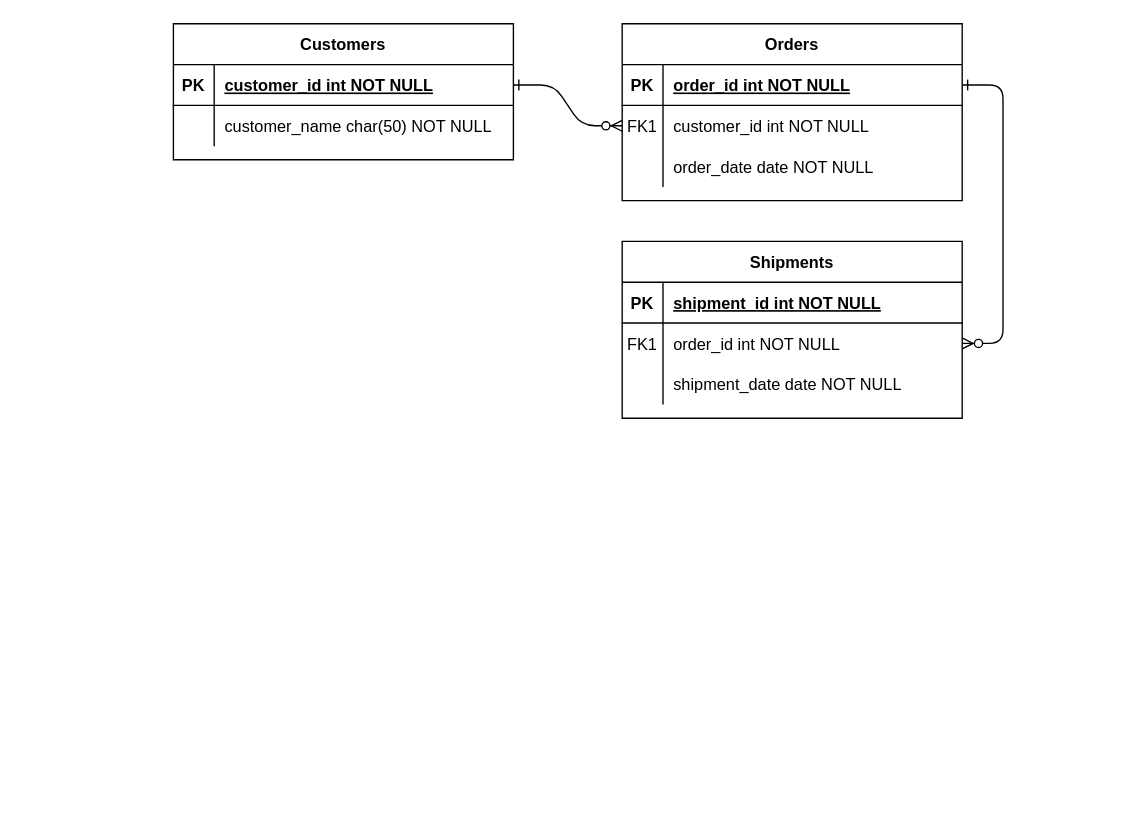
Above: hw.drawio in donjuli990/HW1 (draw.io), before the change. Source tidied: cells renumbered, new cells numbered last; positions are measured from the earlier drawing's top-left corner, leaving out a move shared by most shapes. Both pictures are drawn from the tidied source at 136%, with x=0, y=0 at pixel (173, 23).
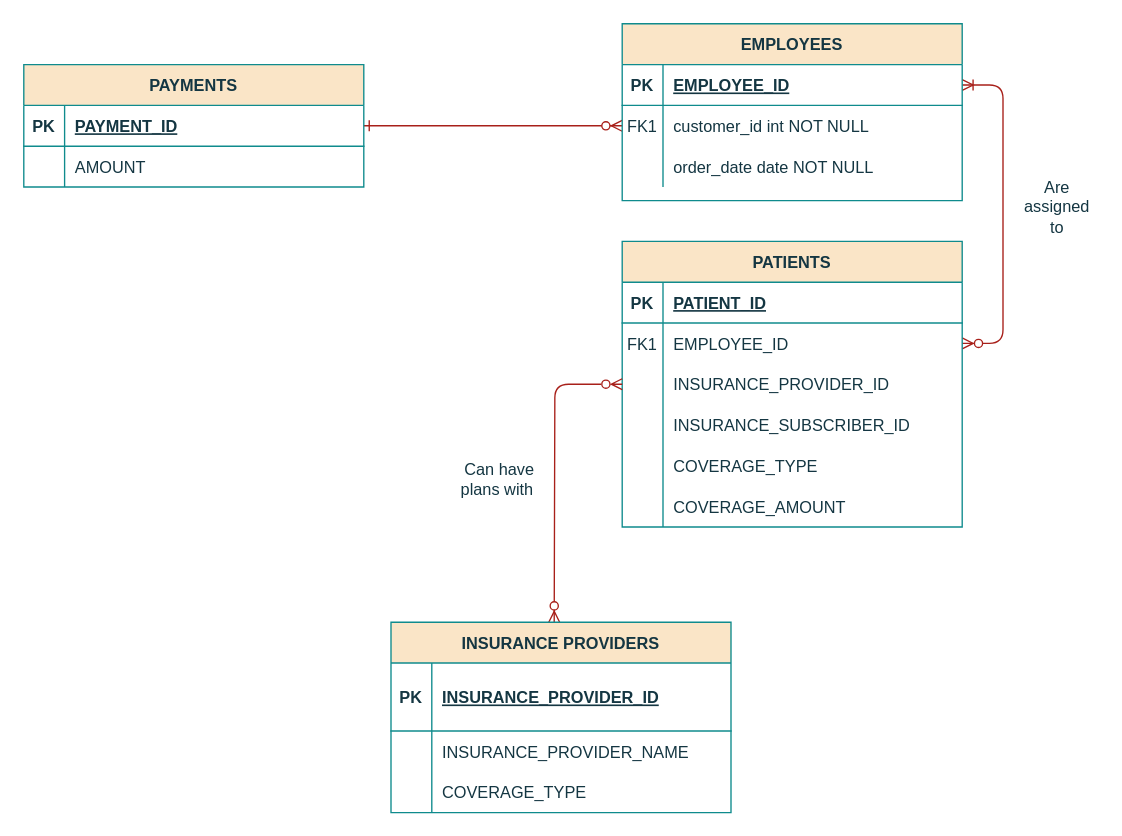
Above is the later version.

Change to the diagram source:
```diff
@@
-    <mxCell id="2" style="edgeStyle=entityRelationEdgeStyle;endArrow=ERzeroToMany;startArrow=ERone;endFill=1;startFill=0;" parent="1" edge="1" source="25" target="8">
+    <mxCell id="2" style="edgeStyle=entityRelationEdgeStyle;endArrow=ERzeroToMany;startArrow=ERone;endFill=1;startFill=0;labelBackgroundColor=none;strokeColor=#A8201A;fontColor=default;" parent="1" edge="1" source="25" target="8">
       <mxGeometry relative="1" as="geometry" />
     </mxCell>
-    <mxCell id="3" style="edgeStyle=entityRelationEdgeStyle;endArrow=ERzeroToMany;startArrow=ERone;endFill=1;startFill=0;" parent="1" edge="1" source="5" target="18">
+    <mxCell id="3" style="edgeStyle=entityRelationEdgeStyle;endArrow=ERzeroToMany;startArrow=ERoneToMany;endFill=1;startFill=0;labelBackgroundColor=none;strokeColor=#A8201A;fontColor=default;" parent="1" edge="1" source="5" target="18">
       <mxGeometry relative="1" as="geometry" />
     </mxCell>
-    <mxCell id="4" value="Orders" style="shape=table;startSize=30;childLayout=tableLayout;rowLines=0;fontStyle=1;align=center;" parent="1" vertex="1">
+    <mxCell id="4" value="EMPLOYEES" style="shape=table;startSize=30;childLayout=tableLayout;rowLines=0;fontStyle=1;align=center;labelBackgroundColor=none;fillColor=#FAE5C7;strokeColor=#0F8B8D;fontColor=#143642;" parent="1" vertex="1">
       <mxGeometry x="330" width="250" height="130" as="geometry" />
     </mxCell>
-    <mxCell id="5" style="shape=partialRectangle;fillColor=none;points=[[0,0.5],[1,0.5]];portConstraint=eastwest;top=0;left=0;right=0;bottom=1;" parent="4" vertex="1">
+    <mxCell id="5" style="shape=partialRectangle;fillColor=none;points=[[0,0.5],[1,0.5]];portConstraint=eastwest;top=0;left=0;right=0;bottom=1;labelBackgroundColor=none;strokeColor=#0F8B8D;fontColor=#143642;" parent="4" vertex="1">
       <mxGeometry y="30" width="250" height="30" as="geometry" />
     </mxCell>
-    <mxCell id="6" value="PK" style="shape=partialRectangle;overflow=hidden;fillColor=none;top=0;left=0;bottom=0;right=0;fontStyle=1;" parent="5" vertex="1">
+    <mxCell id="6" value="PK" style="shape=partialRectangle;overflow=hidden;fillColor=none;top=0;left=0;bottom=0;right=0;fontStyle=1;labelBackgroundColor=none;strokeColor=#0F8B8D;fontColor=#143642;" parent="5" vertex="1">
       <mxGeometry width="30" height="30" as="geometry" />
     </mxCell>
-    <mxCell id="7" value="order_id int NOT NULL " style="shape=partialRectangle;overflow=hidden;fillColor=none;top=0;left=0;bottom=0;right=0;align=left;spacingLeft=6;fontStyle=5;" parent="5" vertex="1">
+    <mxCell id="7" value="EMPLOYEE_ID" style="shape=partialRectangle;overflow=hidden;fillColor=none;top=0;left=0;bottom=0;right=0;align=left;spacingLeft=6;fontStyle=5;labelBackgroundColor=none;strokeColor=#0F8B8D;fontColor=#143642;" parent="5" vertex="1">
       <mxGeometry x="30" width="220" height="30" as="geometry" />
     </mxCell>
-    <mxCell id="8" style="shape=partialRectangle;fillColor=none;points=[[0,0.5],[1,0.5]];portConstraint=eastwest;top=0;left=0;right=0;bottom=0;" parent="4" vertex="1">
+    <mxCell id="8" style="shape=partialRectangle;fillColor=none;points=[[0,0.5],[1,0.5]];portConstraint=eastwest;top=0;left=0;right=0;bottom=0;labelBackgroundColor=none;strokeColor=#0F8B8D;fontColor=#143642;" parent="4" vertex="1">
       <mxGeometry y="60" width="250" height="30" as="geometry" />
     </mxCell>
-    <mxCell id="9" value="FK1" style="shape=partialRectangle;overflow=hidden;fillColor=none;top=0;left=0;bottom=0;right=0;" parent="8" vertex="1">
+    <mxCell id="9" value="FK1" style="shape=partialRectangle;overflow=hidden;fillColor=none;top=0;left=0;bottom=0;right=0;labelBackgroundColor=none;strokeColor=#0F8B8D;fontColor=#143642;" parent="8" vertex="1">
       <mxGeometry width="30" height="30" as="geometry" />
     </mxCell>
-    <mxCell id="10" value="customer_id int NOT NULL" style="shape=partialRectangle;overflow=hidden;fillColor=none;top=0;left=0;bottom=0;right=0;align=left;spacingLeft=6;" parent="8" vertex="1">
+    <mxCell id="10" value="customer_id int NOT NULL" style="shape=partialRectangle;overflow=hidden;fillColor=none;top=0;left=0;bottom=0;right=0;align=left;spacingLeft=6;labelBackgroundColor=none;strokeColor=#0F8B8D;fontColor=#143642;" parent="8" vertex="1">
       <mxGeometry x="30" width="220" height="30" as="geometry" />
     </mxCell>
-    <mxCell id="11" style="shape=partialRectangle;fillColor=none;top=0;left=0;right=0;bottom=0;" parent="4" vertex="1">
+    <mxCell id="11" style="shape=partialRectangle;fillColor=none;top=0;left=0;right=0;bottom=0;labelBackgroundColor=none;strokeColor=#0F8B8D;fontColor=#143642;" parent="4" vertex="1">
       <mxGeometry y="90" width="250" height="30" as="geometry" />
     </mxCell>
-    <mxCell id="12" style="shape=partialRectangle;overflow=hidden;fillColor=none;top=0;left=0;bottom=0;right=0;" parent="11" vertex="1">
+    <mxCell id="12" style="shape=partialRectangle;overflow=hidden;fillColor=none;top=0;left=0;bottom=0;right=0;labelBackgroundColor=none;strokeColor=#0F8B8D;fontColor=#143642;" parent="11" vertex="1">
       <mxGeometry width="30" height="30" as="geometry" />
     </mxCell>
-    <mxCell id="13" value="order_date date NOT NULL" style="shape=partialRectangle;overflow=hidden;fillColor=none;top=0;left=0;bottom=0;right=0;align=left;spacingLeft=6;" parent="11" vertex="1">
+    <mxCell id="13" value="order_date date NOT NULL" style="shape=partialRectangle;overflow=hidden;fillColor=none;top=0;left=0;bottom=0;right=0;align=left;spacingLeft=6;labelBackgroundColor=none;strokeColor=#0F8B8D;fontColor=#143642;" parent="11" vertex="1">
       <mxGeometry x="30" width="220" height="30" as="geometry" />
     </mxCell>
-    <mxCell id="14" value="Shipments" style="shape=table;startSize=30;childLayout=tableLayout;rowLines=0;fontStyle=1;align=center;" parent="1" vertex="1">
-      <mxGeometry x="330" y="160" width="250" height="130" as="geometry" />
+    <mxCell id="14" value="PATIENTS" style="shape=table;startSize=30;childLayout=tableLayout;rowLines=0;fontStyle=1;align=center;labelBackgroundColor=none;fillColor=#FAE5C7;strokeColor=#0F8B8D;fontColor=#143642;" parent="1" vertex="1">
+      <mxGeometry x="330" y="160" width="250" height="210" as="geometry" />
     </mxCell>
-    <mxCell id="15" style="shape=partialRectangle;fillColor=none;top=0;left=0;right=0;bottom=1;" parent="14" vertex="1">
+    <mxCell id="15" style="shape=partialRectangle;fillColor=none;top=0;left=0;right=0;bottom=1;labelBackgroundColor=none;strokeColor=#0F8B8D;fontColor=#143642;" parent="14" vertex="1">
       <mxGeometry y="30" width="250" height="30" as="geometry" />
     </mxCell>
-    <mxCell id="16" value="PK" style="shape=partialRectangle;overflow=hidden;fillColor=none;top=0;left=0;bottom=0;right=0;fontStyle=1;" parent="15" vertex="1">
+    <mxCell id="16" value="PK" style="shape=partialRectangle;overflow=hidden;fillColor=none;top=0;left=0;bottom=0;right=0;fontStyle=1;labelBackgroundColor=none;strokeColor=#0F8B8D;fontColor=#143642;" parent="15" vertex="1">
       <mxGeometry width="30" height="30" as="geometry" />
     </mxCell>
-    <mxCell id="17" value="shipment_id int NOT NULL " style="shape=partialRectangle;overflow=hidden;fillColor=none;top=0;left=0;bottom=0;right=0;align=left;spacingLeft=6;fontStyle=5;" parent="15" vertex="1">
+    <mxCell id="17" value="PATIENT_ID" style="shape=partialRectangle;overflow=hidden;fillColor=none;top=0;left=0;bottom=0;right=0;align=left;spacingLeft=6;fontStyle=5;labelBackgroundColor=none;strokeColor=#0F8B8D;fontColor=#143642;" parent="15" vertex="1">
       <mxGeometry x="30" width="220" height="30" as="geometry" />
     </mxCell>
-    <mxCell id="18" style="shape=partialRectangle;fillColor=none;points=[[0,0.5],[1,0.5]];portConstraint=eastwest;top=0;left=0;right=0;bottom=0;" parent="14" vertex="1">
+    <mxCell id="18" style="shape=partialRectangle;fillColor=none;points=[[0,0.5],[1,0.5]];portConstraint=eastwest;top=0;left=0;right=0;bottom=0;labelBackgroundColor=none;strokeColor=#0F8B8D;fontColor=#143642;" parent="14" vertex="1">
       <mxGeometry y="60" width="250" height="30" as="geometry" />
     </mxCell>
-    <mxCell id="19" value="FK1" style="shape=partialRectangle;overflow=hidden;fillColor=none;top=0;left=0;bottom=0;right=0;" parent="18" vertex="1">
+    <mxCell id="19" value="FK1" style="shape=partialRectangle;overflow=hidden;fillColor=none;top=0;left=0;bottom=0;right=0;labelBackgroundColor=none;strokeColor=#0F8B8D;fontColor=#143642;" parent="18" vertex="1">
       <mxGeometry width="30" height="30" as="geometry" />
     </mxCell>
-    <mxCell id="20" value="order_id int NOT NULL" style="shape=partialRectangle;overflow=hidden;fillColor=none;top=0;left=0;bottom=0;right=0;align=left;spacingLeft=6;" parent="18" vertex="1">
+    <mxCell id="20" value="EMPLOYEE_ID" style="shape=partialRectangle;overflow=hidden;fillColor=none;top=0;left=0;bottom=0;right=0;align=left;spacingLeft=6;labelBackgroundColor=none;strokeColor=#0F8B8D;fontColor=#143642;" parent="18" vertex="1">
       <mxGeometry x="30" width="220" height="30" as="geometry" />
     </mxCell>
-    <mxCell id="21" style="shape=partialRectangle;fillColor=none;points=[[0,0.5],[1,0.5]];portConstraint=eastwest;top=0;left=0;right=0;bottom=0;" parent="14" vertex="1">
+    <mxCell id="21" style="shape=partialRectangle;fillColor=none;points=[[0,0.5],[1,0.5]];portConstraint=eastwest;top=0;left=0;right=0;bottom=0;labelBackgroundColor=none;strokeColor=#0F8B8D;fontColor=#143642;" parent="14" vertex="1">
       <mxGeometry y="90" width="250" height="30" as="geometry" />
     </mxCell>
-    <mxCell id="22" style="shape=partialRectangle;overflow=hidden;fillColor=none;top=0;left=0;bottom=0;right=0;" parent="21" vertex="1">
+    <mxCell id="22" style="shape=partialRectangle;overflow=hidden;fillColor=none;top=0;left=0;bottom=0;right=0;labelBackgroundColor=none;strokeColor=#0F8B8D;fontColor=#143642;" parent="21" vertex="1">
       <mxGeometry width="30" height="30" as="geometry" />
     </mxCell>
-    <mxCell id="23" value="shipment_date date NOT NULL" style="shape=partialRectangle;overflow=hidden;fillColor=none;top=0;left=0;bottom=0;right=0;align=left;spacingLeft=6;" parent="21" vertex="1">
+    <mxCell id="23" value="INSURANCE_PROVIDER_ID" style="shape=partialRectangle;overflow=hidden;fillColor=none;top=0;left=0;bottom=0;right=0;align=left;spacingLeft=6;labelBackgroundColor=none;strokeColor=#0F8B8D;fontColor=#143642;" parent="21" vertex="1">
       <mxGeometry x="30" width="220" height="30" as="geometry" />
     </mxCell>
+    <mxCell id="31" style="shape=partialRectangle;fillColor=none;top=0;left=0;right=0;bottom=0;labelBackgroundColor=none;strokeColor=#0F8B8D;fontColor=#143642;" parent="14" vertex="1">
+      <mxGeometry y="120" width="250" height="30" as="geometry" />
+    </mxCell>
+    <mxCell id="32" style="shape=partialRectangle;overflow=hidden;fillColor=none;top=0;left=0;bottom=0;right=0;labelBackgroundColor=none;strokeColor=#0F8B8D;fontColor=#143642;" parent="31" vertex="1">
+      <mxGeometry width="30" height="30" as="geometry" />
+    </mxCell>
+    <mxCell id="33" value="INSURANCE_SUBSCRIBER_ID" style="shape=partialRectangle;overflow=hidden;fillColor=none;top=0;left=0;bottom=0;right=0;align=left;spacingLeft=6;labelBackgroundColor=none;strokeColor=#0F8B8D;fontColor=#143642;" parent="31" vertex="1">
+      <mxGeometry x="30" width="220" height="30" as="geometry" />
+    </mxCell>
+    <mxCell id="34" style="shape=partialRectangle;fillColor=none;top=0;left=0;right=0;bottom=0;labelBackgroundColor=none;strokeColor=#0F8B8D;fontColor=#143642;" parent="14" vertex="1">
+      <mxGeometry y="150" width="250" height="30" as="geometry" />
+    </mxCell>
+    <mxCell id="35" style="shape=partialRectangle;overflow=hidden;fillColor=none;top=0;left=0;bottom=0;right=0;labelBackgroundColor=none;strokeColor=#0F8B8D;fontColor=#143642;" parent="34" vertex="1">
+      <mxGeometry width="30" height="30" as="geometry" />
+    </mxCell>
+    <mxCell id="36" value="COVERAGE_TYPE" style="shape=partialRectangle;overflow=hidden;fillColor=none;top=0;left=0;bottom=0;right=0;align=left;spacingLeft=6;labelBackgroundColor=none;strokeColor=#0F8B8D;fontColor=#143642;" parent="34" vertex="1">
+      <mxGeometry x="30" width="220" height="30" as="geometry" />
+    </mxCell>
+    <mxCell id="37" style="shape=partialRectangle;fillColor=none;top=0;left=0;right=0;bottom=0;labelBackgroundColor=none;strokeColor=#0F8B8D;fontColor=#143642;" parent="14" vertex="1">
+      <mxGeometry y="180" width="250" height="30" as="geometry" />
+    </mxCell>
+    <mxCell id="38" style="shape=partialRectangle;overflow=hidden;fillColor=none;top=0;left=0;bottom=0;right=0;labelBackgroundColor=none;strokeColor=#0F8B8D;fontColor=#143642;" parent="37" vertex="1">
+      <mxGeometry width="30" height="30" as="geometry" />
+    </mxCell>
+    <mxCell id="39" value="COVERAGE_AMOUNT" style="shape=partialRectangle;overflow=hidden;fillColor=none;top=0;left=0;bottom=0;right=0;align=left;spacingLeft=6;labelBackgroundColor=none;strokeColor=#0F8B8D;fontColor=#143642;" parent="37" vertex="1">
+      <mxGeometry x="30" width="220" height="30" as="geometry" />
+    </mxCell>
-    <mxCell id="24" value="Customers" style="shape=table;startSize=30;childLayout=tableLayout;rowLines=0;fontStyle=1;align=center;" parent="1" vertex="1">
-      <mxGeometry width="250" height="100" as="geometry" />
+    <mxCell id="24" value="PAYMENTS" style="shape=table;startSize=30;childLayout=tableLayout;rowLines=0;fontStyle=1;align=center;labelBackgroundColor=none;fillColor=#FAE5C7;strokeColor=#0F8B8D;fontColor=#143642;" parent="1" vertex="1">
+      <mxGeometry x="-110" y="30" width="250" height="90" as="geometry" />
     </mxCell>
-    <mxCell id="25" style="shape=partialRectangle;fillColor=none;points=[[0,0.5],[1,0.5]];portConstraint=eastwest;top=0;left=0;right=0;bottom=1;" parent="24" vertex="1">
+    <mxCell id="25" style="shape=partialRectangle;fillColor=none;points=[[0,0.5],[1,0.5]];portConstraint=eastwest;top=0;left=0;right=0;bottom=1;labelBackgroundColor=none;strokeColor=#0F8B8D;fontColor=#143642;" parent="24" vertex="1">
       <mxGeometry y="30" width="250" height="30" as="geometry" />
     </mxCell>
-    <mxCell id="26" value="PK" style="shape=partialRectangle;overflow=hidden;fillColor=none;top=0;left=0;bottom=0;right=0;fontStyle=1;" parent="25" vertex="1">
+    <mxCell id="26" value="PK" style="shape=partialRectangle;overflow=hidden;fillColor=none;top=0;left=0;bottom=0;right=0;fontStyle=1;labelBackgroundColor=none;strokeColor=#0F8B8D;fontColor=#143642;" parent="25" vertex="1">
       <mxGeometry width="30" height="30" as="geometry" />
     </mxCell>
-    <mxCell id="27" value="customer_id int NOT NULL " style="shape=partialRectangle;overflow=hidden;fillColor=none;top=0;left=0;bottom=0;right=0;align=left;spacingLeft=6;fontStyle=5;" parent="25" vertex="1">
+    <mxCell id="27" value="PAYMENT_ID" style="shape=partialRectangle;overflow=hidden;fillColor=none;top=0;left=0;bottom=0;right=0;align=left;spacingLeft=6;fontStyle=5;labelBackgroundColor=none;strokeColor=#0F8B8D;fontColor=#143642;" parent="25" vertex="1">
       <mxGeometry x="30" width="220" height="30" as="geometry" />
     </mxCell>
-    <mxCell id="28" style="shape=partialRectangle;fillColor=none;top=0;left=0;right=0;bottom=0;" parent="24" vertex="1">
+    <mxCell id="28" style="shape=partialRectangle;fillColor=none;top=0;left=0;right=0;bottom=0;labelBackgroundColor=none;strokeColor=#0F8B8D;fontColor=#143642;" parent="24" vertex="1">
       <mxGeometry y="60" width="250" height="30" as="geometry" />
     </mxCell>
-    <mxCell id="29" style="shape=partialRectangle;overflow=hidden;fillColor=none;top=0;left=0;bottom=0;right=0;" parent="28" vertex="1">
+    <mxCell id="29" style="shape=partialRectangle;overflow=hidden;fillColor=none;top=0;left=0;bottom=0;right=0;labelBackgroundColor=none;strokeColor=#0F8B8D;fontColor=#143642;" parent="28" vertex="1">
       <mxGeometry width="30" height="30" as="geometry" />
     </mxCell>
-    <mxCell id="30" value="customer_name char(50) NOT NULL" style="shape=partialRectangle;overflow=hidden;fillColor=none;top=0;left=0;bottom=0;right=0;align=left;spacingLeft=6;" parent="28" vertex="1">
+    <mxCell id="30" value="AMOUNT" style="shape=partialRectangle;overflow=hidden;fillColor=none;top=0;left=0;bottom=0;right=0;align=left;spacingLeft=6;labelBackgroundColor=none;strokeColor=#0F8B8D;fontColor=#143642;" parent="28" vertex="1">
       <mxGeometry x="30" width="220" height="30" as="geometry" />
     </mxCell>
+    <mxCell id="40" value="Are assigned to" style="text;html=1;align=center;verticalAlign=middle;whiteSpace=wrap;rounded=0;fontColor=#143642;" parent="1" vertex="1">
+      <mxGeometry x="620" y="120" width="60" height="30" as="geometry" />
+    </mxCell>
+    <mxCell id="41" style="endArrow=ERzeroToMany;startArrow=ERzeroToMany;endFill=1;startFill=0;labelBackgroundColor=none;strokeColor=#A8201A;fontColor=default;edgeStyle=orthogonalEdgeStyle;exitX=0;exitY=0.5;exitDx=0;exitDy=0;" parent="1" edge="1" source="21">
+      <mxGeometry relative="1" as="geometry">
+        <mxPoint x="280" y="440" as="targetPoint" />
+      </mxGeometry>
+    </mxCell>
+    <mxCell id="42" value="INSURANCE PROVIDERS" style="shape=table;startSize=30;childLayout=tableLayout;rowLines=0;fontStyle=1;align=center;labelBackgroundColor=none;fillColor=#FAE5C7;strokeColor=#0F8B8D;fontColor=#143642;" parent="1" vertex="1">
+      <mxGeometry x="160" y="440" width="250" height="140" as="geometry" />
+    </mxCell>
+    <mxCell id="43" style="shape=partialRectangle;fillColor=none;top=0;left=0;right=0;bottom=1;labelBackgroundColor=none;strokeColor=#0F8B8D;fontColor=#143642;" parent="42" vertex="1">
+      <mxGeometry y="30" width="250" height="50" as="geometry" />
+    </mxCell>
+    <mxCell id="44" value="PK" style="shape=partialRectangle;overflow=hidden;fillColor=none;top=0;left=0;bottom=0;right=0;fontStyle=1;labelBackgroundColor=none;strokeColor=#0F8B8D;fontColor=#143642;" parent="43" vertex="1">
+      <mxGeometry width="30" height="50" as="geometry" />
+    </mxCell>
+    <mxCell id="45" value="INSURANCE_PROVIDER_ID" style="shape=partialRectangle;overflow=hidden;fillColor=none;top=0;left=0;bottom=0;right=0;align=left;spacingLeft=6;fontStyle=5;labelBackgroundColor=none;strokeColor=#0F8B8D;fontColor=#143642;" parent="43" vertex="1">
+      <mxGeometry x="30" width="220" height="50" as="geometry" />
+    </mxCell>
+    <mxCell id="46" style="shape=partialRectangle;fillColor=none;top=0;left=0;right=0;bottom=0;labelBackgroundColor=none;strokeColor=#0F8B8D;fontColor=#143642;" parent="42" vertex="1">
+      <mxGeometry y="80" width="250" height="30" as="geometry" />
+    </mxCell>
+    <mxCell id="47" style="shape=partialRectangle;overflow=hidden;fillColor=none;top=0;left=0;bottom=0;right=0;labelBackgroundColor=none;strokeColor=#0F8B8D;fontColor=#143642;" parent="46" vertex="1">
+      <mxGeometry width="30" height="30" as="geometry" />
+    </mxCell>
+    <mxCell id="48" value="INSURANCE_PROVIDER_NAME" style="shape=partialRectangle;overflow=hidden;fillColor=none;top=0;left=0;bottom=0;right=0;align=left;spacingLeft=6;labelBackgroundColor=none;strokeColor=#0F8B8D;fontColor=#143642;" parent="46" vertex="1">
+      <mxGeometry x="30" width="220" height="30" as="geometry" />
+    </mxCell>
+    <mxCell id="49" style="shape=partialRectangle;fillColor=none;top=0;left=0;right=0;bottom=0;labelBackgroundColor=none;strokeColor=#0F8B8D;fontColor=#143642;" parent="42" vertex="1">
+      <mxGeometry y="110" width="250" height="30" as="geometry" />
+    </mxCell>
+    <mxCell id="50" style="shape=partialRectangle;overflow=hidden;fillColor=none;top=0;left=0;bottom=0;right=0;labelBackgroundColor=none;strokeColor=#0F8B8D;fontColor=#143642;" parent="49" vertex="1">
+      <mxGeometry width="30" height="30" as="geometry" />
+    </mxCell>
+    <mxCell id="51" value="COVERAGE_TYPE" style="shape=partialRectangle;overflow=hidden;fillColor=none;top=0;left=0;bottom=0;right=0;align=left;spacingLeft=6;labelBackgroundColor=none;strokeColor=#0F8B8D;fontColor=#143642;" parent="49" vertex="1">
+      <mxGeometry x="30" width="220" height="30" as="geometry" />
+    </mxCell>
+    <mxCell id="52" value="Can have plans with&amp;nbsp;" style="text;html=1;align=center;verticalAlign=middle;whiteSpace=wrap;rounded=0;fontColor=#143642;" parent="1" vertex="1">
+      <mxGeometry x="210" y="320" width="60" height="30" as="geometry" />
+    </mxCell>
```
